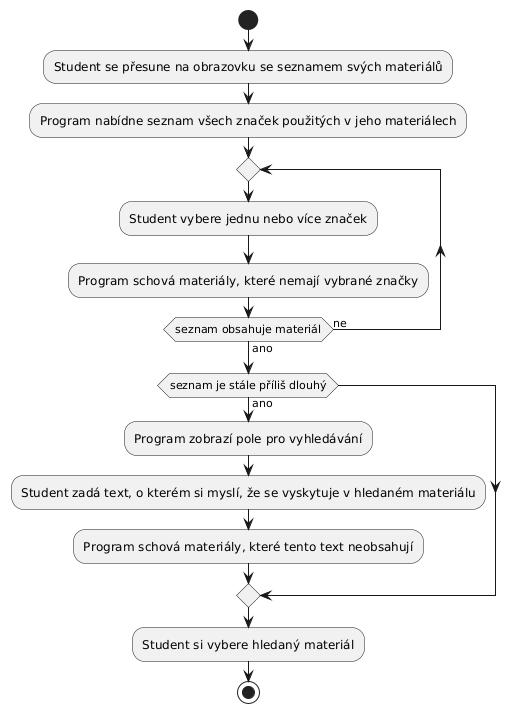
This is activity_diagrams/AD-005.png from SmartGourd/NSWI041, a PlantUML export, as it was before one commit. The source it was exported from:
```plantuml
@startuml
start
:Student se přesune na obrazovku se seznamem svých materiálů;
:Program nabídne seznam všech značek použitých v jeho materiálech;
repeat
:Student vybere jednu nebo více značek;
:Program schová materiály, které nemají vybrané značky;
repeat while (seznam obsahuje materiál) is (ne) not (ano)
if (seznam je stále příliš dlouhý) then (ano)
:Program zobrazí pole pro vyhledávání;
:Student zadá text, o kterém si myslí, že se vyskytuje v hledaném materiálu;
:Program schová materiály, které tento text neobsahují;
endif
:Student si vybere hledaný materiál;
stop
@enduml
```
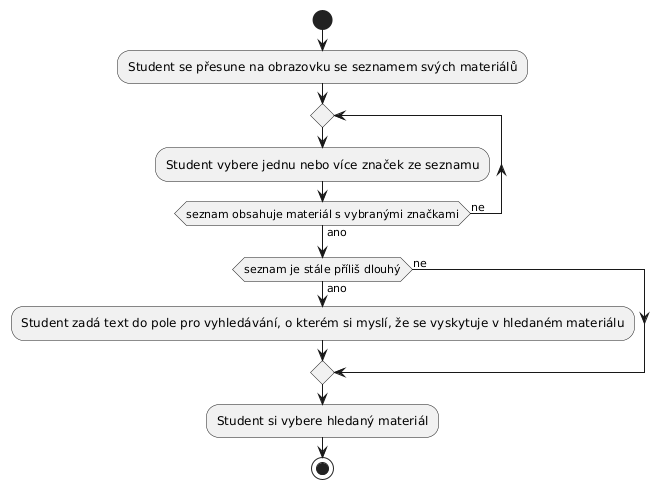
After the commit.

Commit message:
Fix passive voice

What changed in the source:
```diff
@@ -1,15 +1,12 @@
 @startuml
 start
 :Student se přesune na obrazovku se seznamem svých materiálů;
-:Program nabídne seznam všech značek použitých v jeho materiálech;
 repeat
-:Student vybere jednu nebo více značek;
-:Program schová materiály, které nemají vybrané značky;
-repeat while (seznam obsahuje materiál) is (ne) not (ano)
+:Student vybere jednu nebo více značek ze seznamu;
+repeat while (seznam obsahuje materiál s vybranými značkami) is (ne) not (ano)
 if (seznam je stále příliš dlouhý) then (ano)
-:Program zobrazí pole pro vyhledávání;
-:Student zadá text, o kterém si myslí, že se vyskytuje v hledaném materiálu;
-:Program schová materiály, které tento text neobsahují;
+:Student zadá text do pole pro vyhledávání, o kterém si myslí, že se vyskytuje v hledaném materiálu;
+else (ne)
 endif
 :Student si vybere hledaný materiál;
 stop
```
